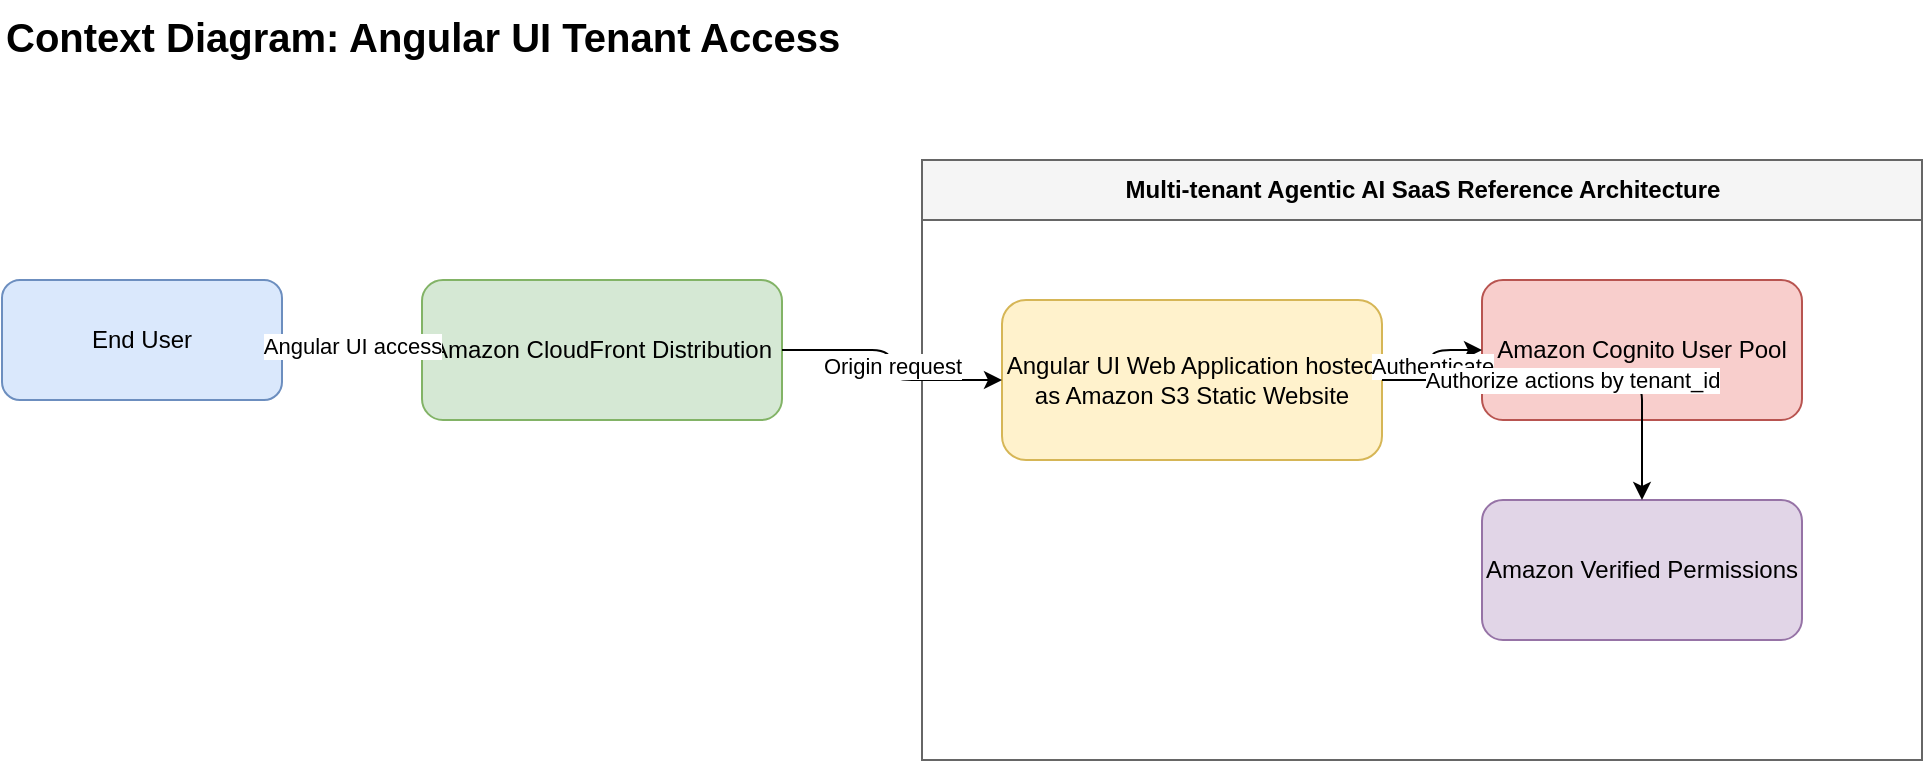
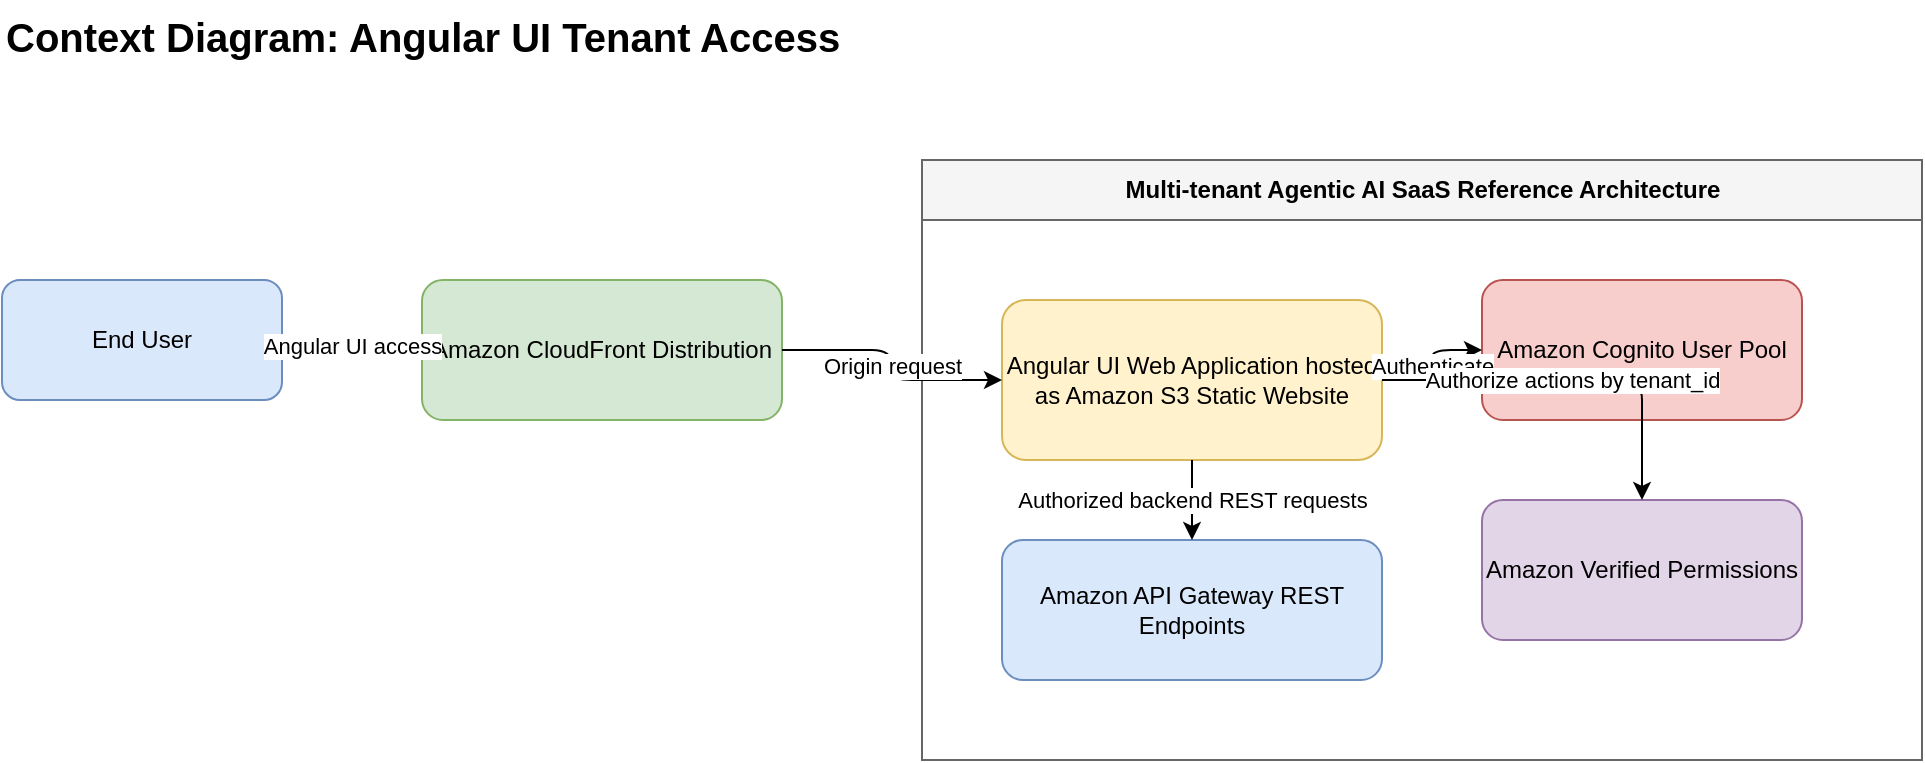
<mxGraphModel dx="1200" dy="800" grid="1" gridSize="10" guides="1" tooltips="1" connect="1" arrows="1" fold="1" page="1" pageScale="1" pageWidth="1100" pageHeight="850" math="0" shadow="0" adaptiveColors="auto">
  <root>
    <mxCell id="0"/>
    <mxCell id="1" parent="0"/>
    <mxCell id="title" value="Context Diagram: Angular UI Tenant Access" style="text;html=1;fontSize=20;fontStyle=1;strokeColor=none;fillColor=none;" vertex="1" parent="1">
      <mxGeometry x="40" y="20" width="500" height="40" as="geometry"/>
    </mxCell>
    <mxCell id="user" value="End User" style="rounded=1;whiteSpace=wrap;html=1;fillColor=#dae8fc;strokeColor=#6c8ebf;" vertex="1" parent="1">
      <mxGeometry x="40" y="160" width="140" height="60" as="geometry"/>
    </mxCell>
    <mxCell id="cloudfront" value="Amazon CloudFront Distribution" style="rounded=1;whiteSpace=wrap;html=1;fillColor=#d5e8d4;strokeColor=#82b366;" vertex="1" parent="1">
      <mxGeometry x="250" y="160" width="180" height="70" as="geometry"/>
    </mxCell>
    <mxCell id="system" value="Multi-tenant Agentic AI SaaS Reference Architecture" style="swimlane;startSize=30;fillColor=#f5f5f5;strokeColor=#666666;html=1;" vertex="1" parent="1">
      <mxGeometry x="500" y="100" width="500" height="300" as="geometry"/>
    </mxCell>
    <mxCell id="ui" value="Angular UI Web Application hosted as Amazon S3 Static Website" style="rounded=1;whiteSpace=wrap;html=1;fillColor=#fff2cc;strokeColor=#d6b656;" vertex="1" parent="system">
      <mxGeometry x="40" y="70" width="190" height="80" as="geometry"/>
    </mxCell>
    <mxCell id="cognito" value="Amazon Cognito User Pool" style="rounded=1;whiteSpace=wrap;html=1;fillColor=#f8cecc;strokeColor=#b85450;" vertex="1" parent="system">
      <mxGeometry x="280" y="60" width="160" height="70" as="geometry"/>
    </mxCell>
    <mxCell id="avp" value="Amazon Verified Permissions" style="rounded=1;whiteSpace=wrap;html=1;fillColor=#e1d5e7;strokeColor=#9673a6;" vertex="1" parent="system">
      <mxGeometry x="280" y="170" width="160" height="70" as="geometry"/>
    </mxCell>
+     <mxCell id="apigw" value="Amazon API Gateway REST Endpoints" style="rounded=1;whiteSpace=wrap;html=1;fillColor=#dae8fc;strokeColor=#6c8ebf;" vertex="1" parent="system">
+       <mxGeometry x="40" y="190" width="190" height="70" as="geometry"/>
+     </mxCell>
    <mxCell id="e1" value="Angular UI access" style="edgeStyle=orthogonalEdgeStyle;rounded=1;html=1;endArrow=classic;" edge="1" parent="1" source="user" target="cloudfront">
      <mxGeometry relative="1" as="geometry"/>
    </mxCell>
    <mxCell id="e2" value="Origin request" style="edgeStyle=orthogonalEdgeStyle;rounded=1;html=1;endArrow=classic;" edge="1" parent="1" source="cloudfront" target="ui">
      <mxGeometry relative="1" as="geometry"/>
    </mxCell>
    <mxCell id="e3" value="Authenticate" style="edgeStyle=orthogonalEdgeStyle;rounded=1;html=1;endArrow=classic;" edge="1" parent="1" source="ui" target="cognito">
      <mxGeometry relative="1" as="geometry"/>
    </mxCell>
    <mxCell id="e4" value="Authorize actions by tenant_id" style="edgeStyle=orthogonalEdgeStyle;rounded=1;html=1;endArrow=classic;" edge="1" parent="1" source="ui" target="avp">
      <mxGeometry relative="1" as="geometry"/>
    </mxCell>
+     <mxCell id="e5" value="Authorized backend REST requests" style="edgeStyle=orthogonalEdgeStyle;rounded=1;html=1;endArrow=classic;" edge="1" parent="1" source="ui" target="apigw">
+       <mxGeometry relative="1" as="geometry"/>
+     </mxCell>
  </root>
</mxGraphModel>
